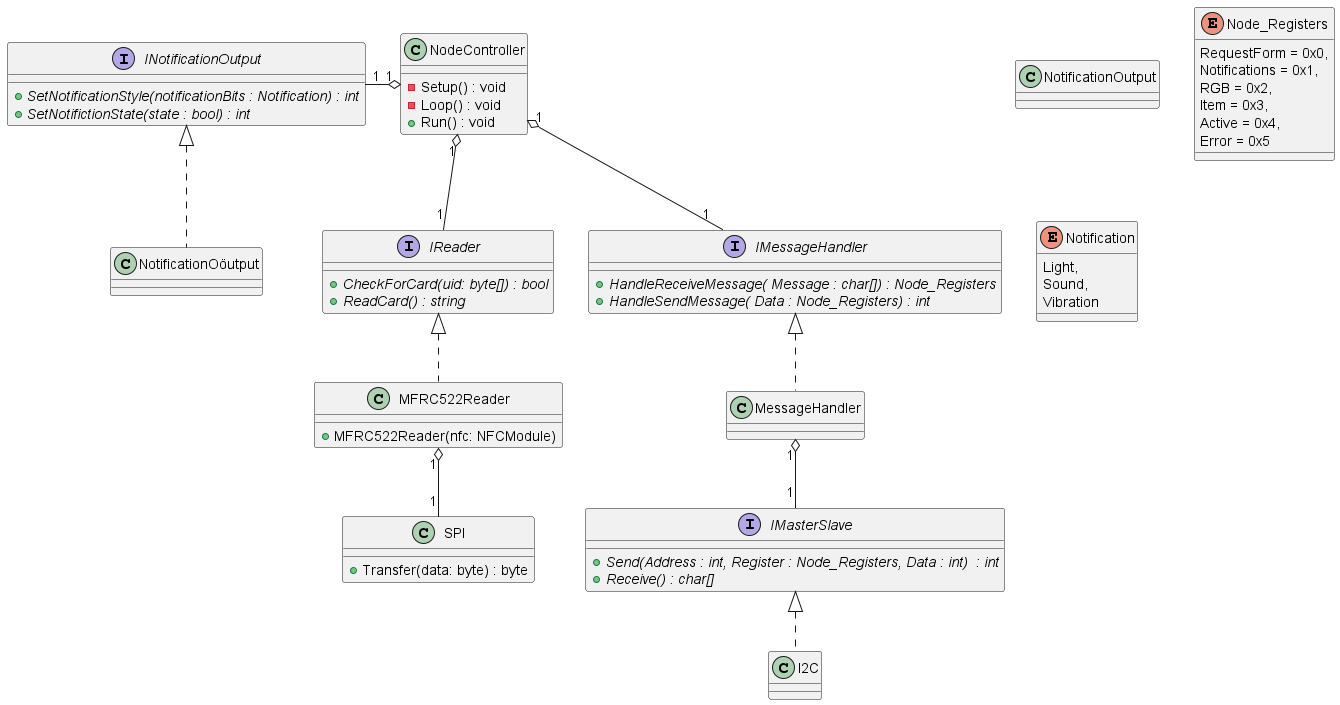
Earlier version of the PlantUML export Designs/Arduino nano/ClassDiagramReader.png (T3-FindIt/FindIt).
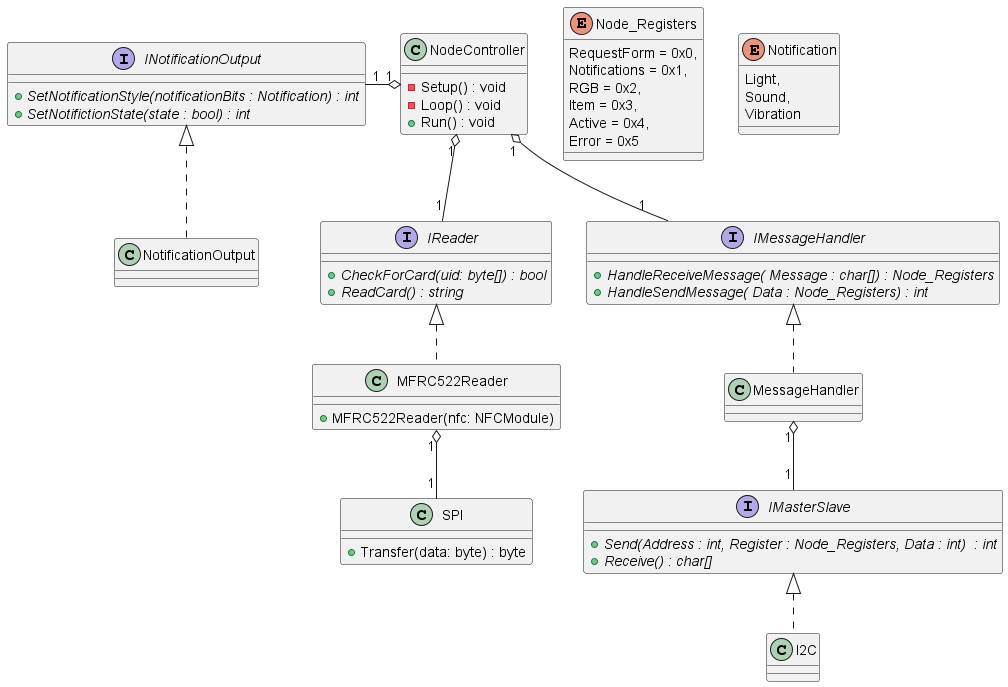
After the commit.

Commit message:
Sequence Diagrams Reader, Sequence Diagrams Writer en Class Diagram Writers gemaakt.

The edit, as a diff of the source:
```diff
@@ -69,7 +69,7 @@
 
 MessageHandler "1" o-- "1" IMasterSlave
 
-INotificationOutput <|.. NotificationOöutput
+INotificationOutput <|.. NotificationOutput
 
 IMasterSlave <|.. I2C
 
```
